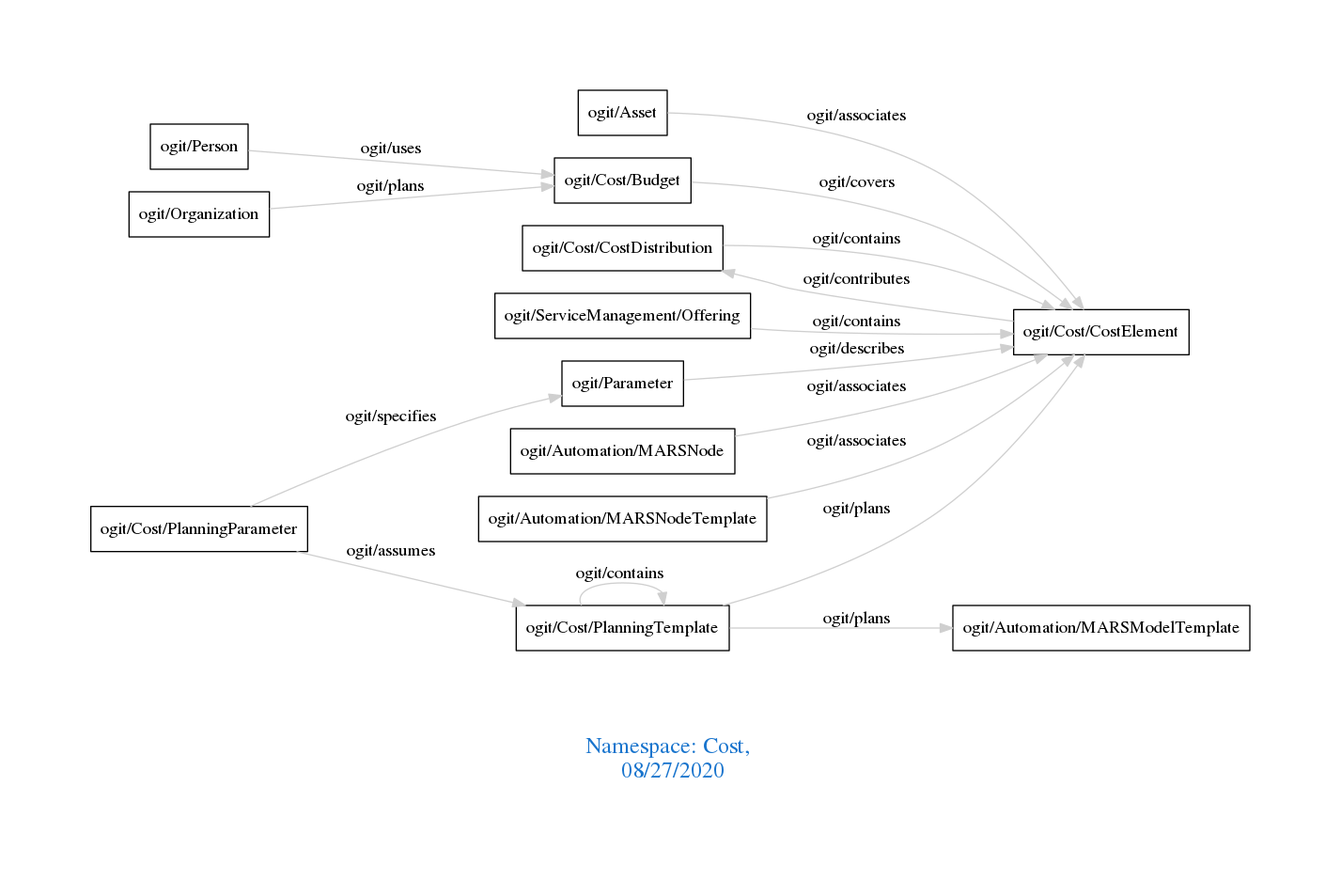
The Graphviz diagram downloads/Cost.png in arago/OGIT, before a commit. Its source is kept beside it as downloads/Cost.dot.
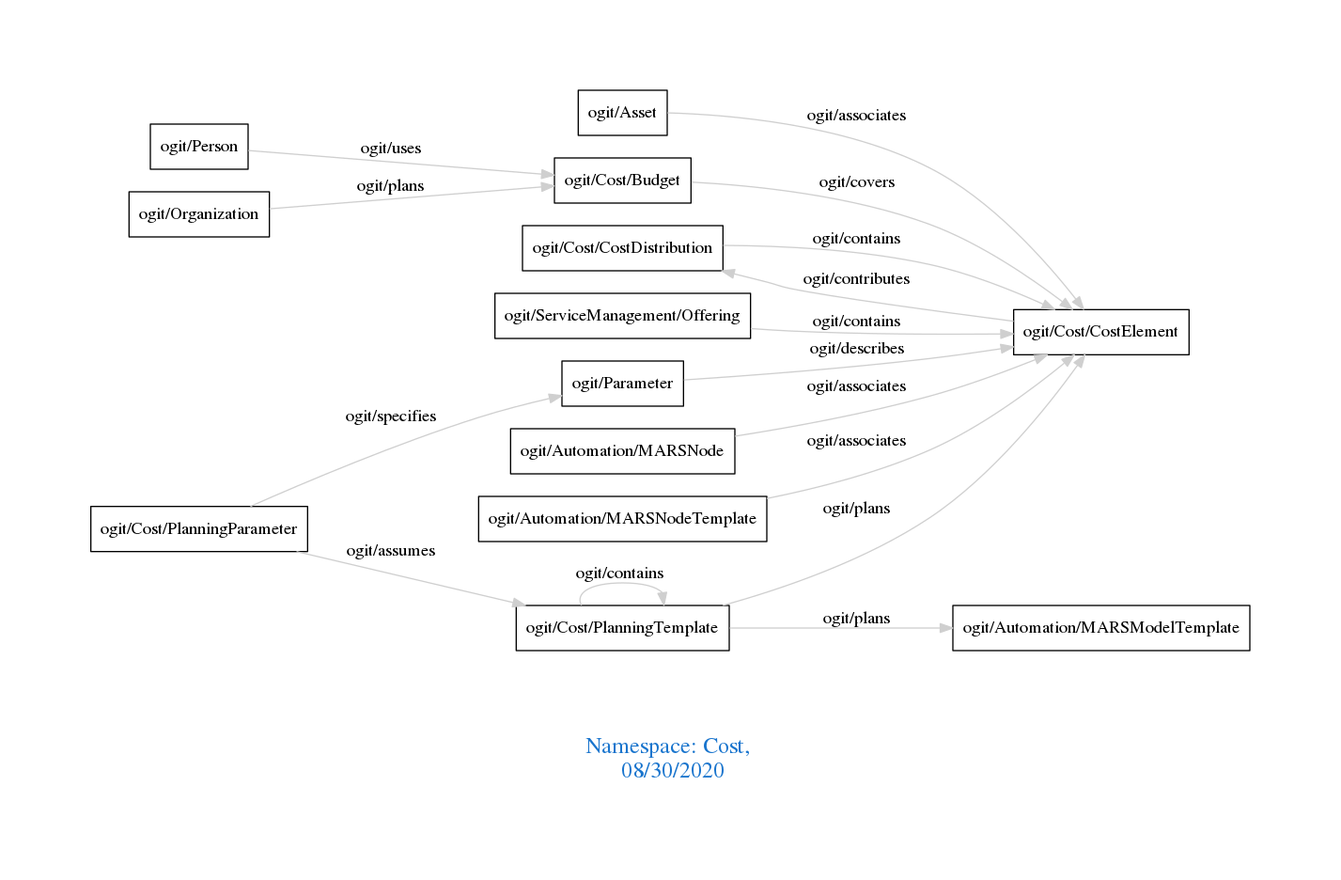
After the commit.

Diff of the diagram source:
```diff
@@ -1,7 +1,7 @@
 digraph OGIT_ontology {
  graph [ rankdir= LR,pad=1
 fontsize = 18,
-fontcolor= dodgerblue3,label = "\n\n\nNamespace: Cost, \n 08/27/2020"];
+fontcolor= dodgerblue3,label = "\n\n\nNamespace: Cost, \n 08/30/2020"];
 node[shape=polygon];
 edge [  color="gray81"];
 
```
